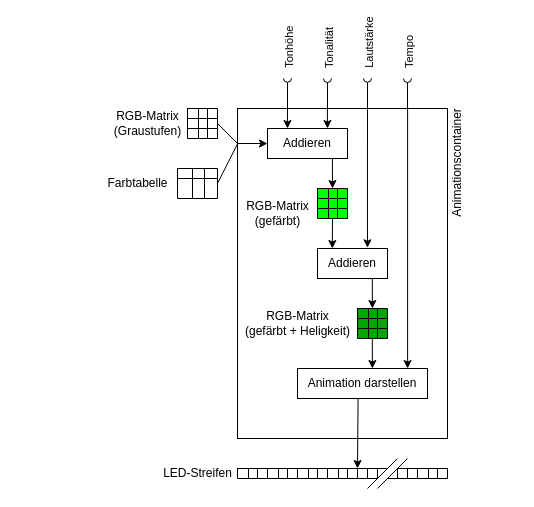
This is page "Animation" (4 of 4) of graphics/Grafiken.drawio from r-grun/music-visualization, a draw.io file, before an edit. Source tidied: cells renumbered, new cells numbered last; positions are measured from the earlier drawing's top-left corner, leaving out a move shared by most shapes. Both pictures are drawn from the tidied source at 100%, with x=0, y=0 at pixel (97, 78).
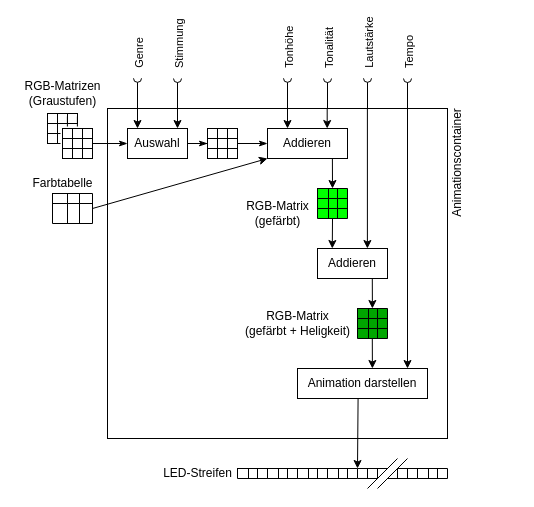
The same diagram, later.

The change refers to these unchanged cells:
```xml
<mxCell id="7" value="Addieren" style="rounded=0;whiteSpace=wrap;html=1;fontSize=12;strokeWidth=1;fillColor=none;" parent="1" vertex="1">
  <mxGeometry x="170" y="50" width="80" height="30" as="geometry" />
</mxCell>
<mxCell id="39" value="Addieren" style="rounded=0;whiteSpace=wrap;html=1;fontSize=12;strokeWidth=1;fillColor=none;" parent="1" vertex="1">
  <mxGeometry x="220" y="170" width="70" height="30" as="geometry" />
</mxCell>
<mxCell id="102" style="shape=tableRow;horizontal=0;startSize=0;swimlaneHead=0;swimlaneBody=0;top=0;left=0;bottom=0;right=0;fillColor=none;points=[[0,0.5],[1,0.5]];portConstraint=eastwest;shadow=0;sketch=0;fontSize=12;strokeColor=default;strokeWidth=1;" parent="97" vertex="1">
  <mxGeometry y="10" width="40" height="20" as="geometry" />
</mxCell>
```

The edit, as a diff of the source:
```diff
@@
     <mxCell id="5" style="rounded=0;whiteSpace=wrap;html=1;fontSize=12;strokeWidth=1;fillColor=none;" parent="1" vertex="1">
-      <mxGeometry x="140" y="30" width="210" height="330" as="geometry" />
+      <mxGeometry x="10" y="30" width="340" height="330" as="geometry" />
     </mxCell>
@@
-    <mxCell id="8" style="endArrow=classic;html=1;rounded=0;labelBackgroundColor=none;labelBorderColor=none;fontSize=12;exitX=0.238;exitY=0.001;exitDx=0;exitDy=0;exitPerimeter=0;entryX=0.25;entryY=0;entryDx=0;entryDy=0;" parent="1" edge="1" source="5" target="7">
-      <mxGeometry relative="1" as="geometry" />
-    </mxCell>
-    <mxCell id="9" style="endArrow=classic;html=1;rounded=0;labelBackgroundColor=none;labelBorderColor=none;fontSize=12;entryX=0.75;entryY=0;entryDx=0;entryDy=0;exitX=0.428;exitY=0.001;exitDx=0;exitDy=0;exitPerimeter=0;" parent="1" edge="1" source="5" target="7">
-      <mxGeometry relative="1" as="geometry" />
-    </mxCell>
-    <mxCell id="10" style="shape=table;html=1;whiteSpace=wrap;startSize=0;childLayout=tableLayout;shadow=0;sketch=0;fontSize=12;strokeColor=default;strokeWidth=1;fillColor=none;gradientColor=none;" parent="1" vertex="1">
-      <mxGeometry x="90" y="30" width="30" height="30" as="geometry" />
-    </mxCell>
-    <mxCell id="11" style="shape=tableRow;horizontal=0;startSize=0;swimlaneHead=0;swimlaneBody=0;top=0;left=0;bottom=0;right=0;fillColor=none;shadow=0;sketch=0;fontSize=12;strokeColor=default;strokeWidth=1;" parent="10" vertex="1">
-      <mxGeometry width="30" height="10" as="geometry" />
-    </mxCell>
-    <mxCell id="12" style="shape=partialRectangle;html=1;whiteSpace=wrap;fillColor=none;top=0;left=0;bottom=0;right=0;overflow=hidden;shadow=0;sketch=0;fontSize=12;strokeColor=default;strokeWidth=1;" parent="11" vertex="1">
-      <mxGeometry width="11" height="10" as="geometry" />
-    </mxCell>
-    <mxCell id="13" style="shape=partialRectangle;html=1;whiteSpace=wrap;fillColor=none;top=0;left=0;bottom=0;right=0;overflow=hidden;shadow=0;sketch=0;fontSize=12;strokeColor=default;strokeWidth=1;" parent="11" vertex="1">
-      <mxGeometry x="11" width="9" height="10" as="geometry" />
-    </mxCell>
-    <mxCell id="14" style="shape=partialRectangle;html=1;whiteSpace=wrap;fillColor=none;top=0;left=0;bottom=0;right=0;overflow=hidden;shadow=0;sketch=0;fontSize=12;strokeColor=default;strokeWidth=1;" parent="11" vertex="1">
-      <mxGeometry x="20" width="10" height="10" as="geometry" />
-    </mxCell>
-    <mxCell id="15" style="shape=tableRow;horizontal=0;startSize=0;swimlaneHead=0;swimlaneBody=0;top=0;left=0;bottom=0;right=0;fillColor=none;shadow=0;sketch=0;fontSize=12;strokeColor=default;strokeWidth=1;" parent="10" vertex="1">
-      <mxGeometry y="10" width="30" height="10" as="geometry" />
-    </mxCell>
-    <mxCell id="16" style="shape=partialRectangle;html=1;whiteSpace=wrap;fillColor=none;top=0;left=0;bottom=0;right=0;overflow=hidden;shadow=0;sketch=0;fontSize=12;strokeColor=default;strokeWidth=1;" parent="15" vertex="1">
-      <mxGeometry width="11" height="10" as="geometry" />
-    </mxCell>
-    <mxCell id="17" style="shape=partialRectangle;html=1;whiteSpace=wrap;fillColor=none;top=0;left=0;bottom=0;right=0;overflow=hidden;shadow=0;sketch=0;fontSize=12;strokeColor=default;strokeWidth=1;" parent="15" vertex="1">
-      <mxGeometry x="11" width="9" height="10" as="geometry" />
-    </mxCell>
-    <mxCell id="18" style="shape=partialRectangle;html=1;whiteSpace=wrap;fillColor=none;top=0;left=0;bottom=0;right=0;overflow=hidden;shadow=0;sketch=0;fontSize=12;strokeColor=default;strokeWidth=1;" parent="15" vertex="1">
-      <mxGeometry x="20" width="10" height="10" as="geometry" />
-    </mxCell>
-    <mxCell id="19" style="shape=tableRow;horizontal=0;startSize=0;swimlaneHead=0;swimlaneBody=0;top=0;left=0;bottom=0;right=0;fillColor=none;shadow=0;sketch=0;fontSize=12;strokeColor=default;strokeWidth=1;" parent="10" vertex="1">
-      <mxGeometry y="20" width="30" height="10" as="geometry" />
-    </mxCell>
-    <mxCell id="20" style="shape=partialRectangle;html=1;whiteSpace=wrap;fillColor=none;top=0;left=0;bottom=0;right=0;overflow=hidden;shadow=0;sketch=0;fontSize=12;strokeColor=default;strokeWidth=1;" parent="19" vertex="1">
-      <mxGeometry width="11" height="10" as="geometry" />
-    </mxCell>
-    <mxCell id="21" style="shape=partialRectangle;html=1;whiteSpace=wrap;fillColor=none;top=0;left=0;bottom=0;right=0;overflow=hidden;shadow=0;sketch=0;fontSize=12;strokeColor=default;strokeWidth=1;" parent="19" vertex="1">
-      <mxGeometry x="11" width="9" height="10" as="geometry" />
-    </mxCell>
-    <mxCell id="22" style="shape=partialRectangle;html=1;whiteSpace=wrap;fillColor=none;top=0;left=0;bottom=0;right=0;overflow=hidden;shadow=0;sketch=0;fontSize=12;strokeColor=default;strokeWidth=1;" parent="19" vertex="1">
-      <mxGeometry x="20" width="10" height="10" as="geometry" />
-    </mxCell>
-    <mxCell id="23" value="RGB-Matrix&lt;br&gt;(Graustufen)" style="text;html=1;align=center;verticalAlign=middle;strokeColor=none;fillColor=none;fontSize=12;" parent="1" vertex="1">
-      <mxGeometry x="10" y="30" width="80" height="30" as="geometry" />
+    <mxCell id="23" value="RGB-Matrizen&lt;br&gt;(Graustufen)" style="text;html=1;align=center;verticalAlign=middle;strokeColor=none;fillColor=none;fontSize=12;" parent="1" vertex="1">
+      <mxGeometry x="-80" width="90" height="30" as="geometry" />
     </mxCell>
@@
-    <mxCell id="41" style="endArrow=classic;html=1;rounded=0;labelBackgroundColor=none;labelBorderColor=none;fontSize=12;entryX=0.714;entryY=-0.024;entryDx=0;entryDy=0;entryPerimeter=0;exitX=0.619;exitY=0.002;exitDx=0;exitDy=0;exitPerimeter=0;" parent="1" edge="1" source="5" target="39">
-      <mxGeometry relative="1" as="geometry" />
-    </mxCell>
@@
-    <mxCell id="57" style="endArrow=classic;html=1;rounded=0;labelBackgroundColor=none;labelBorderColor=none;fontSize=12;exitX=0.81;exitY=-0.004;exitDx=0;exitDy=0;exitPerimeter=0;entryX=0.81;entryY=0.788;entryDx=0;entryDy=0;entryPerimeter=0;" parent="1" edge="1" source="5" target="5">
-      <mxGeometry relative="1" as="geometry" />
-    </mxCell>
@@
     <mxCell id="97" style="shape=table;html=1;whiteSpace=wrap;startSize=0;childLayout=tableLayout;shadow=0;sketch=0;fontSize=12;strokeColor=default;strokeWidth=1;fillColor=none;gradientColor=none;" parent="1" vertex="1">
-      <mxGeometry x="80" y="90" width="40" height="30" as="geometry" />
+      <mxGeometry x="-45" y="115" width="40" height="30" as="geometry" />
     </mxCell>
@@
     <mxCell id="106" value="Farbtabelle" style="text;html=1;align=center;verticalAlign=middle;strokeColor=none;fillColor=none;fontSize=12;" parent="1" vertex="1">
-      <mxGeometry y="95" width="80" height="20" as="geometry" />
+      <mxGeometry x="-75" y="95" width="80" height="20" as="geometry" />
     </mxCell>
-    <mxCell id="107" style="endArrow=classic;html=1;rounded=0;labelBackgroundColor=none;labelBorderColor=none;fontSize=12;entryX=0;entryY=0.5;entryDx=0;entryDy=0;exitX=1;exitY=0.5;exitDx=0;exitDy=0;" parent="1" edge="1" source="10" target="7">
-      <mxGeometry relative="1" as="geometry">
-        <Array as="points">
-          <mxPoint x="140" y="65" />
-        </Array>
-      </mxGeometry>
-    </mxCell>
-    <mxCell id="108" style="endArrow=none;html=1;rounded=0;labelBackgroundColor=none;labelBorderColor=none;fontSize=12;entryX=0.001;entryY=0.106;entryDx=0;entryDy=0;entryPerimeter=0;exitX=0.993;exitY=0.275;exitDx=0;exitDy=0;exitPerimeter=0;" parent="1" edge="1" source="102" target="5">
-      <mxGeometry relative="1" as="geometry" />
-    </mxCell>
@@
+    <mxCell id="110" style="whiteSpace=wrap;html=1;fillColor=none;" parent="1" vertex="1">
+      <mxGeometry x="-15" y="70" width="10" height="10" as="geometry" />
+    </mxCell>
+    <mxCell id="111" style="whiteSpace=wrap;html=1;fillColor=none;" parent="1" vertex="1">
+      <mxGeometry x="-25" y="70" width="10" height="10" as="geometry" />
+    </mxCell>
+    <mxCell id="112" style="whiteSpace=wrap;html=1;fillColor=none;" parent="1" vertex="1">
+      <mxGeometry x="-35" y="70" width="10" height="10" as="geometry" />
+    </mxCell>
+    <mxCell id="113" style="edgeStyle=orthogonalEdgeStyle;rounded=0;jettySize=auto;html=1;entryX=0;entryY=0.5;entryDx=0;entryDy=0;endArrow=classicThin;endFill=1;startSize=6;" parent="1" edge="1" source="114" target="143">
+      <mxGeometry relative="1" as="geometry" />
+    </mxCell>
+    <mxCell id="114" style="whiteSpace=wrap;html=1;fillColor=none;" parent="1" vertex="1">
+      <mxGeometry x="-15" y="60" width="10" height="10" as="geometry" />
+    </mxCell>
+    <mxCell id="115" style="whiteSpace=wrap;html=1;fillColor=none;" parent="1" vertex="1">
+      <mxGeometry x="-25" y="60" width="10" height="10" as="geometry" />
+    </mxCell>
+    <mxCell id="116" style="whiteSpace=wrap;html=1;fillColor=none;" parent="1" vertex="1">
+      <mxGeometry x="-35" y="60" width="10" height="10" as="geometry" />
+    </mxCell>
+    <mxCell id="117" style="whiteSpace=wrap;html=1;fillColor=none;" parent="1" vertex="1">
+      <mxGeometry x="-15" y="50" width="10" height="10" as="geometry" />
+    </mxCell>
+    <mxCell id="118" style="whiteSpace=wrap;html=1;fillColor=none;" parent="1" vertex="1">
+      <mxGeometry x="-25" y="50" width="10" height="10" as="geometry" />
+    </mxCell>
+    <mxCell id="119" style="whiteSpace=wrap;html=1;fillColor=none;" parent="1" vertex="1">
+      <mxGeometry x="-35" y="50" width="10" height="10" as="geometry" />
+    </mxCell>
+    <mxCell id="120" style="whiteSpace=wrap;html=1;fillColor=none;" parent="1" vertex="1">
+      <mxGeometry x="-50" y="35" width="10" height="10" as="geometry" />
+    </mxCell>
+    <mxCell id="121" style="whiteSpace=wrap;html=1;fillColor=none;" parent="1" vertex="1">
+      <mxGeometry x="-40" y="35" width="10" height="10" as="geometry" />
+    </mxCell>
+    <mxCell id="122" style="whiteSpace=wrap;html=1;fillColor=none;" parent="1" vertex="1">
+      <mxGeometry x="-30" y="35" width="10" height="10" as="geometry" />
+    </mxCell>
+    <mxCell id="123" style="whiteSpace=wrap;html=1;fillColor=none;" parent="1" vertex="1">
+      <mxGeometry x="-50" y="45" width="10" height="10" as="geometry" />
+    </mxCell>
+    <mxCell id="124" style="whiteSpace=wrap;html=1;fillColor=none;" parent="1" vertex="1">
+      <mxGeometry x="-50" y="55" width="10" height="10" as="geometry" />
+    </mxCell>
+    <mxCell id="125" style="endArrow=none;html=1;rounded=0;startSize=6;" parent="1" edge="1">
+      <mxGeometry relative="1" as="geometry">
+        <mxPoint x="-47" y="65" as="sourcePoint" />
+        <mxPoint x="-37" y="65" as="targetPoint" />
+      </mxGeometry>
+    </mxCell>
+    <mxCell id="126" style="endArrow=none;html=1;rounded=0;startSize=6;" parent="1" edge="1">
+      <mxGeometry relative="1" as="geometry">
+        <mxPoint x="-47" y="55" as="sourcePoint" />
+        <mxPoint x="-37" y="55" as="targetPoint" />
+      </mxGeometry>
+    </mxCell>
+    <mxCell id="127" style="endArrow=none;html=1;rounded=0;startSize=6;" parent="1" edge="1">
+      <mxGeometry relative="1" as="geometry">
+        <mxPoint x="-30.1" y="38" as="sourcePoint" />
+        <mxPoint x="-30.1" y="48" as="targetPoint" />
+      </mxGeometry>
+    </mxCell>
+    <mxCell id="128" style="endArrow=none;html=1;rounded=0;startSize=6;" parent="1" edge="1">
+      <mxGeometry relative="1" as="geometry">
+        <mxPoint x="-20.1" y="38" as="sourcePoint" />
+        <mxPoint x="-20.1" y="48" as="targetPoint" />
+      </mxGeometry>
+    </mxCell>
+    <mxCell id="129" style="endArrow=classic;html=1;rounded=0;startSize=6;" parent="1" edge="1">
+      <mxGeometry relative="1" as="geometry">
+        <mxPoint x="310" y="30" as="sourcePoint" />
+        <mxPoint x="310" y="290" as="targetPoint" />
+      </mxGeometry>
+    </mxCell>
+    <mxCell id="130" style="endArrow=classic;html=1;rounded=0;startSize=6;" parent="1" edge="1">
+      <mxGeometry relative="1" as="geometry">
+        <mxPoint x="269.9" y="30" as="sourcePoint" />
+        <mxPoint x="269.9" y="170" as="targetPoint" />
+      </mxGeometry>
+    </mxCell>
+    <mxCell id="131" style="whiteSpace=wrap;html=1;fillColor=none;" parent="1" vertex="1">
+      <mxGeometry x="130" y="70" width="10" height="10" as="geometry" />
+    </mxCell>
+    <mxCell id="132" style="whiteSpace=wrap;html=1;fillColor=none;" parent="1" vertex="1">
+      <mxGeometry x="120" y="70" width="10" height="10" as="geometry" />
+    </mxCell>
+    <mxCell id="133" style="whiteSpace=wrap;html=1;fillColor=none;" parent="1" vertex="1">
+      <mxGeometry x="110" y="70" width="10" height="10" as="geometry" />
+    </mxCell>
+    <mxCell id="134" style="edgeStyle=orthogonalEdgeStyle;rounded=0;jettySize=auto;html=1;entryX=0;entryY=0.5;entryDx=0;entryDy=0;endArrow=classicThin;endFill=1;startSize=6;" parent="1" edge="1" source="135" target="7">
+      <mxGeometry relative="1" as="geometry" />
+    </mxCell>
+    <mxCell id="135" style="whiteSpace=wrap;html=1;fillColor=none;" parent="1" vertex="1">
+      <mxGeometry x="130" y="60" width="10" height="10" as="geometry" />
+    </mxCell>
+    <mxCell id="136" style="whiteSpace=wrap;html=1;fillColor=none;" parent="1" vertex="1">
+      <mxGeometry x="120" y="60" width="10" height="10" as="geometry" />
+    </mxCell>
+    <mxCell id="137" style="whiteSpace=wrap;html=1;fillColor=none;" parent="1" vertex="1">
+      <mxGeometry x="110" y="60" width="10" height="10" as="geometry" />
+    </mxCell>
+    <mxCell id="138" style="whiteSpace=wrap;html=1;fillColor=none;" parent="1" vertex="1">
+      <mxGeometry x="130" y="50" width="10" height="10" as="geometry" />
+    </mxCell>
+    <mxCell id="139" style="whiteSpace=wrap;html=1;fillColor=none;" parent="1" vertex="1">
+      <mxGeometry x="120" y="50" width="10" height="10" as="geometry" />
+    </mxCell>
+    <mxCell id="140" style="whiteSpace=wrap;html=1;fillColor=none;" parent="1" vertex="1">
+      <mxGeometry x="110" y="50" width="10" height="10" as="geometry" />
+    </mxCell>
+    <mxCell id="141" value="Genre" style="html=1;verticalAlign=middle;labelBackgroundColor=none;startArrow=halfCircle;startFill=0;startSize=2;endArrow=none;rounded=0;labelPosition=right;verticalLabelPosition=middle;align=left;horizontal=0;" parent="1" edge="1">
+      <mxGeometry x="-1" y="-10" relative="1" as="geometry">
+        <mxPoint x="40" y="-0.2" as="sourcePoint" />
+        <mxPoint x="40" y="30" as="targetPoint" />
+        <mxPoint x="10" y="-10" as="offset" />
+      </mxGeometry>
+    </mxCell>
+    <mxCell id="142" style="edgeStyle=orthogonalEdgeStyle;rounded=0;jettySize=auto;html=1;entryX=0;entryY=0.5;entryDx=0;entryDy=0;endArrow=classicThin;endFill=1;startSize=6;" parent="1" edge="1" source="143" target="137">
+      <mxGeometry relative="1" as="geometry" />
+    </mxCell>
+    <mxCell id="143" value="Auswahl" style="rounded=0;whiteSpace=wrap;html=1;fontSize=12;strokeWidth=1;fillColor=none;" parent="1" vertex="1">
+      <mxGeometry x="30" y="50" width="60" height="30" as="geometry" />
+    </mxCell>
+    <mxCell id="144" value="Stimmung" style="html=1;verticalAlign=middle;labelBackgroundColor=none;startArrow=halfCircle;startFill=0;startSize=2;endArrow=none;rounded=0;labelPosition=right;verticalLabelPosition=middle;align=left;horizontal=0;" parent="1" edge="1">
+      <mxGeometry x="-1" y="-10" relative="1" as="geometry">
+        <mxPoint x="80" as="sourcePoint" />
+        <mxPoint x="80" y="30.2" as="targetPoint" />
+        <mxPoint x="10" y="-10" as="offset" />
+      </mxGeometry>
+    </mxCell>
+    <mxCell id="145" style="endArrow=classic;html=1;rounded=0;startSize=6;" parent="1" edge="1">
+      <mxGeometry relative="1" as="geometry">
+        <mxPoint x="40" y="30" as="sourcePoint" />
+        <mxPoint x="40" y="50" as="targetPoint" />
+      </mxGeometry>
+    </mxCell>
+    <mxCell id="146" style="endArrow=classic;html=1;rounded=0;startSize=6;" parent="1" edge="1">
+      <mxGeometry relative="1" as="geometry">
+        <mxPoint x="80" y="30" as="sourcePoint" />
+        <mxPoint x="80" y="50" as="targetPoint" />
+      </mxGeometry>
+    </mxCell>
+    <mxCell id="147" style="endArrow=classic;html=1;rounded=0;startSize=6;" parent="1" edge="1">
+      <mxGeometry relative="1" as="geometry">
+        <mxPoint x="190" y="30" as="sourcePoint" />
+        <mxPoint x="190" y="50" as="targetPoint" />
+      </mxGeometry>
+    </mxCell>
+    <mxCell id="148" style="endArrow=classic;html=1;rounded=0;startSize=6;" parent="1" edge="1">
+      <mxGeometry relative="1" as="geometry">
+        <mxPoint x="229.7" y="30" as="sourcePoint" />
+        <mxPoint x="229.7" y="50" as="targetPoint" />
+      </mxGeometry>
+    </mxCell>
+    <mxCell id="149" style="endArrow=classic;html=1;rounded=0;startSize=6;entryX=0;entryY=1;entryDx=0;entryDy=0;exitX=1;exitY=0.5;exitDx=0;exitDy=0;" parent="1" edge="1" source="97" target="7">
+      <mxGeometry relative="1" as="geometry" />
+    </mxCell>
```
